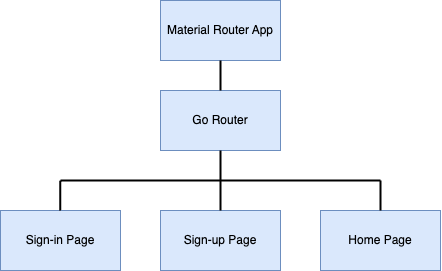
Earlier version of the draw.io export guide/project_structure.png (JakobProssinger/FirebaseRiverpodGoRouterExample). Source tidied: cells renumbered, new cells last; positions are measured from the earlier drawing's top-left corner, leaving out a move shared by most shapes.
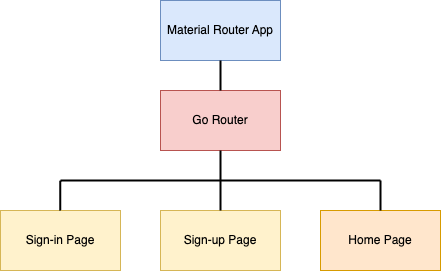
Later version of the same file.

What changed in the source:
```diff
@@ -5,16 +5,16 @@
     <mxCell id="2" value="Material Router App" style="rounded=0;whiteSpace=wrap;html=1;fillColor=#dae8fc;strokeColor=#6c8ebf;" parent="1" vertex="1">
       <mxGeometry x="160" width="120" height="60" as="geometry" />
     </mxCell>
-    <mxCell id="3" value="Go Router" style="rounded=0;whiteSpace=wrap;html=1;fillColor=#dae8fc;strokeColor=#6c8ebf;" parent="1" vertex="1">
+    <mxCell id="3" value="Go Router" style="rounded=0;whiteSpace=wrap;html=1;fillColor=#f8cecc;strokeColor=#b85450;" parent="1" vertex="1">
       <mxGeometry x="160" y="90" width="120" height="60" as="geometry" />
     </mxCell>
-    <mxCell id="4" value="Sign-in Page" style="rounded=0;whiteSpace=wrap;html=1;fillColor=#dae8fc;strokeColor=#6c8ebf;" parent="1" vertex="1">
+    <mxCell id="4" value="Sign-in Page" style="rounded=0;whiteSpace=wrap;html=1;fillColor=#fff2cc;strokeColor=#d6b656;" parent="1" vertex="1">
       <mxGeometry y="210" width="120" height="60" as="geometry" />
     </mxCell>
-    <mxCell id="5" value="Sign-up Page" style="rounded=0;whiteSpace=wrap;html=1;fillColor=#dae8fc;strokeColor=#6c8ebf;" parent="1" vertex="1">
+    <mxCell id="5" value="Sign-up Page" style="rounded=0;whiteSpace=wrap;html=1;fillColor=#fff2cc;strokeColor=#d6b656;" parent="1" vertex="1">
       <mxGeometry x="160" y="210" width="120" height="60" as="geometry" />
     </mxCell>
-    <mxCell id="6" value="Home Page" style="rounded=0;whiteSpace=wrap;html=1;fillColor=#dae8fc;strokeColor=#6c8ebf;" parent="1" vertex="1">
+    <mxCell id="6" value="Home Page" style="rounded=0;whiteSpace=wrap;html=1;fillColor=#ffe6cc;strokeColor=#d79b00;" parent="1" vertex="1">
       <mxGeometry x="320" y="210" width="120" height="60" as="geometry" />
     </mxCell>
     <mxCell id="7" style="endArrow=none;html=1;rounded=0;entryX=0.5;entryY=1;entryDx=0;entryDy=0;strokeWidth=2;exitX=0.5;exitY=0;exitDx=0;exitDy=0;" parent="1" edge="1" source="5" target="3">
```
